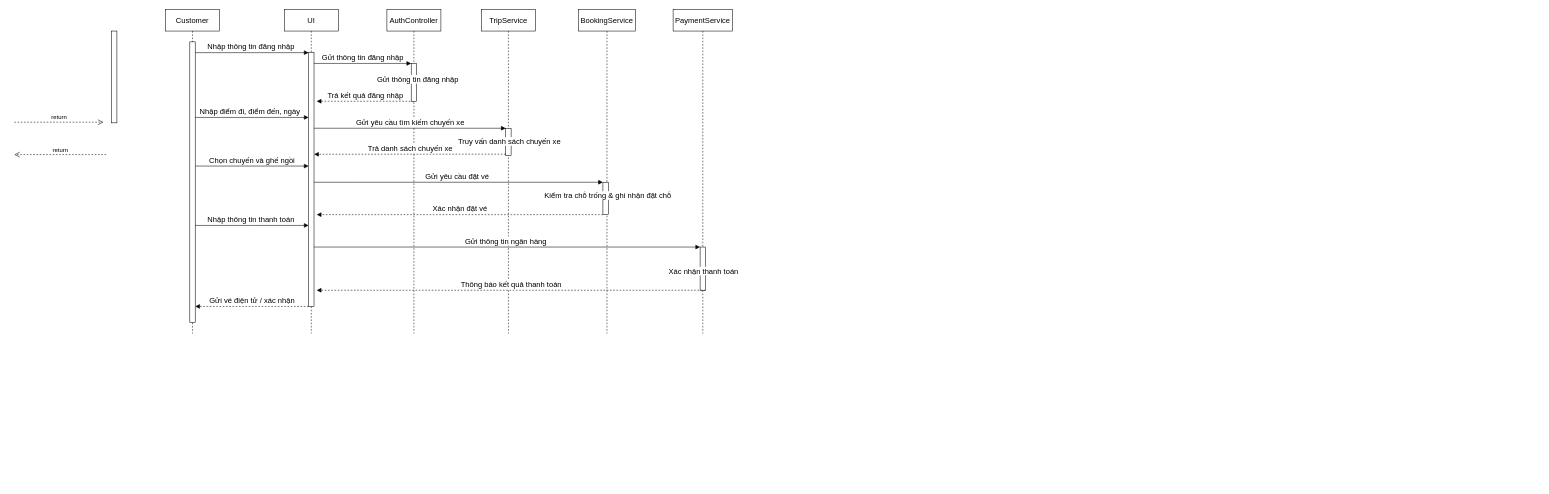
Above: sequence 2.drawio in anhquan1111/PBL3 (draw.io), before the change. Source tidied: cells renumbered, new cells numbered last; positions are measured from the earlier drawing's top-left corner, leaving out a move shared by most shapes. Both pictures are drawn from the tidied source at 54%, with x=0, y=0 at pixel (14, 9).
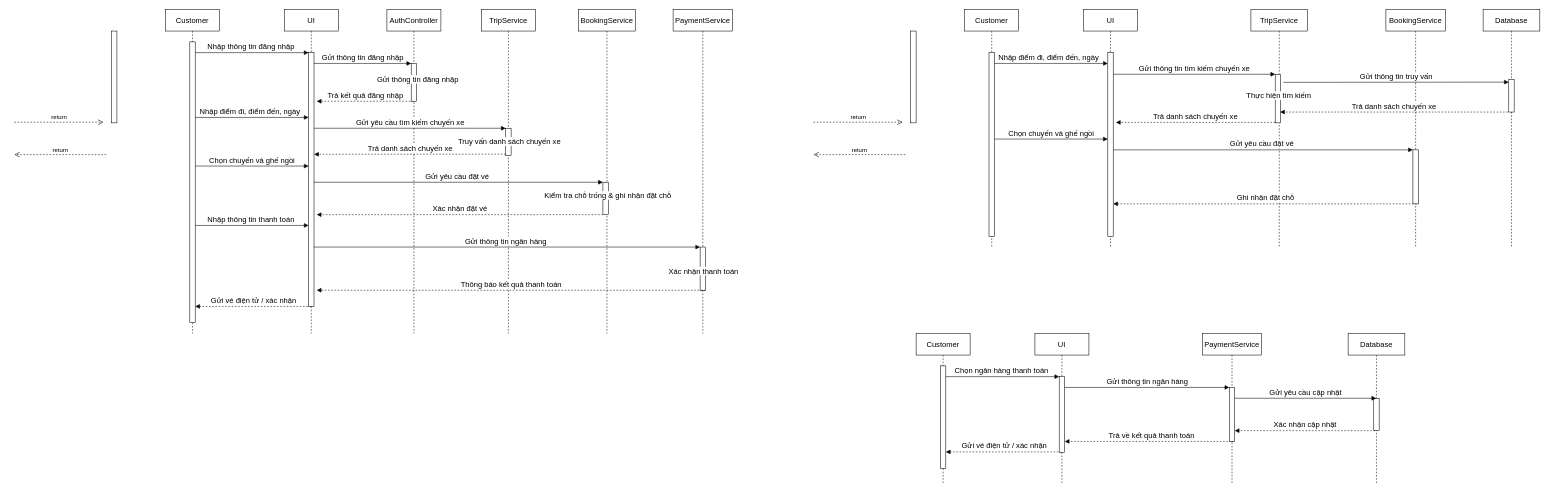
The same diagram, later.

Commit message:
Cập nhật sequence 2.drawio

The change refers to these unchanged cells:
```xml
<mxCell id="28" style="html=1;points=[];perimeter=orthogonalPerimeter;outlineConnect=0;targetShapes=umlLifeline;portConstraint=eastwest;newEdgeStyle={&quot;edgeStyle&quot;:&quot;elbowEdgeStyle&quot;,&quot;elbow&quot;:&quot;vertical&quot;,&quot;curved&quot;:0,&quot;rounded&quot;:0};" parent="27" vertex="1">
  <mxGeometry x="45" y="60" width="10" height="520" as="geometry" />
</mxCell>
<mxCell id="31" value="UI" style="shape=umlLifeline;perimeter=lifelinePerimeter;whiteSpace=wrap;html=1;outlineConnect=0;portConstraint=eastwest;newEdgeStyle={&quot;edgeStyle&quot;:&quot;elbowEdgeStyle&quot;,&quot;elbow&quot;:&quot;vertical&quot;,&quot;curved&quot;:0,&quot;rounded&quot;:0};fontSize=14;" parent="1" vertex="1">
  <mxGeometry x="500" width="100" height="600" as="geometry" />
</mxCell>
<mxCell id="32" style="html=1;points=[];perimeter=orthogonalPerimeter;outlineConnect=0;targetShapes=umlLifeline;portConstraint=eastwest;newEdgeStyle={&quot;edgeStyle&quot;:&quot;elbowEdgeStyle&quot;,&quot;elbow&quot;:&quot;vertical&quot;,&quot;curved&quot;:0,&quot;rounded&quot;:0};" parent="31" vertex="1">
  <mxGeometry x="45" y="80" width="10" height="470" as="geometry" />
</mxCell>
```

Change to the diagram source:
```diff
@@
-    <mxCell id="26" value="Gửi vé điện tử / xác nhận" style="html=1;verticalAlign=bottom;endArrow=block;edgeStyle=elbowEdgeStyle;elbow=horizontal;curved=0;rounded=0;fontSize=14;dashed=1;" parent="1" edge="1" source="32" target="28">
+    <mxCell id="26" value="Gửi vé điện tử / xác nhận" style="html=1;verticalAlign=bottom;endArrow=block;edgeStyle=elbowEdgeStyle;elbow=horizontal;curved=0;rounded=0;fontSize=14;dashed=1;" parent="1" edge="1" source="31" target="28">
       <mxGeometry relative="1" as="geometry">
         <Array as="points">
           <mxPoint x="450" y="550" />
         </Array>
       </mxGeometry>
     </mxCell>
@@
+    <mxCell id="34" value="return" style="html=1;verticalAlign=bottom;endArrow=open;dashed=1;endSize=8;edgeStyle=elbowEdgeStyle;elbow=vertical;curved=0;rounded=0;" parent="1" edge="1">
+      <mxGeometry relative="1" as="geometry">
+        <mxPoint x="1650" y="268.8" as="sourcePoint" />
+        <mxPoint x="1480" y="268.8" as="targetPoint" />
+        <Array as="points">
+          <mxPoint x="1575" y="268.8" />
+        </Array>
+      </mxGeometry>
+    </mxCell>
+    <mxCell id="35" value="return" style="html=1;verticalAlign=bottom;endArrow=open;dashed=1;endSize=8;edgeStyle=elbowEdgeStyle;elbow=vertical;curved=0;rounded=0;" parent="1" edge="1">
+      <mxGeometry relative="1" as="geometry">
+        <mxPoint x="1480" y="208.8" as="sourcePoint" />
+        <mxPoint x="1645" y="208.8" as="targetPoint" />
+        <Array as="points">
+          <mxPoint x="1560" y="208.8" />
+        </Array>
+      </mxGeometry>
+    </mxCell>
+    <mxCell id="36" style="html=1;perimeter=orthogonalPerimeter;targetShapes=umlLifeline;newEdgeStyle={&quot;edgeStyle&quot;:&quot;elbowEdgeStyle&quot;,&quot;elbow&quot;:&quot;vertical&quot;,&quot;curved&quot;:0,&quot;rounded&quot;:0};" parent="1" vertex="1">
+      <mxGeometry x="1660" y="40" width="10" height="170" as="geometry" />
+    </mxCell>
+    <mxCell id="37" value="Nhập điểm đi, điểm đến, ngày&amp;nbsp;" style="html=1;verticalAlign=bottom;endArrow=block;edgeStyle=elbowEdgeStyle;elbow=vertical;curved=0;rounded=0;fontSize=14;" parent="1" edge="1">
+      <mxGeometry relative="1" as="geometry">
+        <mxPoint x="1809.2" y="100" as="sourcePoint" />
+        <mxPoint x="2025" y="100" as="targetPoint" />
+        <Array as="points">
+          <mxPoint x="1925" y="100" />
+        </Array>
+      </mxGeometry>
+    </mxCell>
+    <mxCell id="38" value="TripService" style="shape=umlLifeline;perimeter=lifelinePerimeter;whiteSpace=wrap;html=1;newEdgeStyle={&quot;edgeStyle&quot;:&quot;elbowEdgeStyle&quot;,&quot;elbow&quot;:&quot;vertical&quot;,&quot;curved&quot;:0,&quot;rounded&quot;:0};fontSize=14;" parent="1" vertex="1">
+      <mxGeometry x="2290" width="105" height="440" as="geometry" />
+    </mxCell>
+    <mxCell id="39" style="html=1;points=[];perimeter=orthogonalPerimeter;outlineConnect=0;targetShapes=umlLifeline;portConstraint=eastwest;newEdgeStyle={&quot;edgeStyle&quot;:&quot;elbowEdgeStyle&quot;,&quot;elbow&quot;:&quot;vertical&quot;,&quot;curved&quot;:0,&quot;rounded&quot;:0};" parent="38" vertex="1">
+      <mxGeometry x="45" y="120" width="10" height="90" as="geometry" />
+    </mxCell>
+    <mxCell id="40" value="&lt;span style=&quot;color: rgb(0, 0, 0); font-family: Helvetica; font-style: normal; font-variant-ligatures: normal; font-variant-caps: normal; font-weight: 400; letter-spacing: normal; orphans: 2; text-align: center; text-indent: 0px; text-transform: none; widows: 2; word-spacing: 0px; -webkit-text-stroke-width: 0px; white-space: nowrap; background-color: rgb(255, 255, 255); text-decoration-thickness: initial; text-decoration-style: initial; text-decoration-color: initial; float: none; display: inline !important;&quot;&gt;Thực hiện tìm kiếm&lt;/span&gt;" style="text;whiteSpace=wrap;html=1;fontSize=14;" parent="38" vertex="1">
+      <mxGeometry x="-10" y="145" width="150" height="40" as="geometry" />
+    </mxCell>
+    <mxCell id="41" value="Chọn chuyến và ghế ngồi" style="html=1;verticalAlign=bottom;endArrow=block;edgeStyle=elbowEdgeStyle;elbow=vertical;curved=0;rounded=0;fontSize=14;" parent="1" edge="1">
+      <mxGeometry relative="1" as="geometry">
+        <mxPoint x="1815" y="240" as="sourcePoint" />
+        <mxPoint x="2025" y="240" as="targetPoint" />
+        <Array as="points">
+          <mxPoint x="1915" y="240" />
+        </Array>
+      </mxGeometry>
+    </mxCell>
+    <mxCell id="42" value="Gửi yêu cầu đặt vé" style="html=1;verticalAlign=bottom;endArrow=block;edgeStyle=elbowEdgeStyle;elbow=vertical;curved=0;rounded=0;fontSize=14;" parent="1" edge="1" target="47">
+      <mxGeometry relative="1" as="geometry">
+        <mxPoint x="2030" y="260" as="sourcePoint" />
+        <Array as="points">
+          <mxPoint x="2115" y="260" />
+        </Array>
+      </mxGeometry>
+    </mxCell>
+    <mxCell id="43" value="Database" style="shape=umlLifeline;perimeter=lifelinePerimeter;whiteSpace=wrap;html=1;newEdgeStyle={&quot;edgeStyle&quot;:&quot;elbowEdgeStyle&quot;,&quot;elbow&quot;:&quot;vertical&quot;,&quot;curved&quot;:0,&quot;rounded&quot;:0};fontSize=14;" parent="1" vertex="1">
+      <mxGeometry x="2720" width="105" height="440" as="geometry" />
+    </mxCell>
+    <mxCell id="44" style="html=1;points=[];perimeter=orthogonalPerimeter;outlineConnect=0;targetShapes=umlLifeline;portConstraint=eastwest;newEdgeStyle={&quot;edgeStyle&quot;:&quot;elbowEdgeStyle&quot;,&quot;elbow&quot;:&quot;vertical&quot;,&quot;curved&quot;:0,&quot;rounded&quot;:0};" parent="43" vertex="1">
+      <mxGeometry x="47.5" y="130" width="10" height="60" as="geometry" />
+    </mxCell>
+    <mxCell id="45" value="Ghi nhận đặt chỗ" style="html=1;verticalAlign=bottom;endArrow=block;edgeStyle=elbowEdgeStyle;elbow=horizontal;curved=0;rounded=0;fontSize=14;dashed=1;" parent="1" edge="1" target="51">
+      <mxGeometry relative="1" as="geometry">
+        <mxPoint x="2597.5" y="360" as="sourcePoint" />
+        <Array as="points">
+          <mxPoint x="2523" y="360" />
+        </Array>
+      </mxGeometry>
+    </mxCell>
+    <mxCell id="46" value="BookingService" style="shape=umlLifeline;perimeter=lifelinePerimeter;whiteSpace=wrap;html=1;newEdgeStyle={&quot;edgeStyle&quot;:&quot;elbowEdgeStyle&quot;,&quot;elbow&quot;:&quot;vertical&quot;,&quot;curved&quot;:0,&quot;rounded&quot;:0};fontSize=14;" parent="1" vertex="1">
+      <mxGeometry x="2540" width="110" height="440" as="geometry" />
+    </mxCell>
+    <mxCell id="47" style="html=1;points=[];perimeter=orthogonalPerimeter;outlineConnect=0;targetShapes=umlLifeline;portConstraint=eastwest;newEdgeStyle={&quot;edgeStyle&quot;:&quot;elbowEdgeStyle&quot;,&quot;elbow&quot;:&quot;vertical&quot;,&quot;curved&quot;:0,&quot;rounded&quot;:0};" parent="46" vertex="1">
+      <mxGeometry x="50" y="260" width="10" height="100" as="geometry" />
+    </mxCell>
+    <mxCell id="48" value="Customer" style="shape=umlLifeline;perimeter=lifelinePerimeter;whiteSpace=wrap;html=1;newEdgeStyle={&quot;edgeStyle&quot;:&quot;elbowEdgeStyle&quot;,&quot;elbow&quot;:&quot;vertical&quot;,&quot;curved&quot;:0,&quot;rounded&quot;:0};fontSize=14;" parent="1" vertex="1">
+      <mxGeometry x="1760" width="100" height="440" as="geometry" />
+    </mxCell>
+    <mxCell id="49" style="html=1;perimeter=orthogonalPerimeter;targetShapes=umlLifeline;newEdgeStyle={&quot;edgeStyle&quot;:&quot;elbowEdgeStyle&quot;,&quot;elbow&quot;:&quot;vertical&quot;,&quot;curved&quot;:0,&quot;rounded&quot;:0};" parent="48" vertex="1">
+      <mxGeometry x="45" y="80" width="10" height="340" as="geometry" />
+    </mxCell>
+    <mxCell id="50" value="UI" style="shape=umlLifeline;perimeter=lifelinePerimeter;whiteSpace=wrap;html=1;newEdgeStyle={&quot;edgeStyle&quot;:&quot;elbowEdgeStyle&quot;,&quot;elbow&quot;:&quot;vertical&quot;,&quot;curved&quot;:0,&quot;rounded&quot;:0};fontSize=14;" parent="1" vertex="1">
+      <mxGeometry x="1980" width="100" height="440" as="geometry" />
+    </mxCell>
+    <mxCell id="51" style="html=1;points=[];perimeter=orthogonalPerimeter;outlineConnect=0;targetShapes=umlLifeline;portConstraint=eastwest;newEdgeStyle={&quot;edgeStyle&quot;:&quot;elbowEdgeStyle&quot;,&quot;elbow&quot;:&quot;vertical&quot;,&quot;curved&quot;:0,&quot;rounded&quot;:0};" parent="50" vertex="1">
+      <mxGeometry x="45" y="80" width="10" height="340" as="geometry" />
+    </mxCell>
+    <mxCell id="52" value="Gửi thông tin tìm kiếm chuyến xe" style="html=1;verticalAlign=bottom;endArrow=block;edgeStyle=elbowEdgeStyle;elbow=vertical;curved=0;rounded=0;fontSize=14;" parent="1" edge="1" source="51" target="39">
+      <mxGeometry relative="1" as="geometry">
+        <Array as="points">
+          <mxPoint x="2060" y="120" />
+        </Array>
+      </mxGeometry>
+    </mxCell>
+    <mxCell id="53" value="Trả danh sách chuyến xe" style="html=1;verticalAlign=bottom;endArrow=block;edgeStyle=elbowEdgeStyle;elbow=horizontal;curved=0;rounded=0;fontSize=14;dashed=1;" parent="1" edge="1">
+      <mxGeometry relative="1" as="geometry">
+        <mxPoint x="2335" y="209.2" as="sourcePoint" />
+        <mxPoint x="2040" y="209.2" as="targetPoint" />
+        <Array as="points">
+          <mxPoint x="2295" y="211.2" />
+        </Array>
+      </mxGeometry>
+    </mxCell>
+    <mxCell id="54" value="Gửi thông tin truy vấn" style="html=1;verticalAlign=bottom;endArrow=block;edgeStyle=elbowEdgeStyle;elbow=vertical;curved=0;rounded=0;fontSize=14;" parent="1" edge="1" target="44">
+      <mxGeometry relative="1" as="geometry">
+        <mxPoint x="2350" y="135" as="sourcePoint" />
+        <Array as="points">
+          <mxPoint x="2365" y="134.6" />
+        </Array>
+      </mxGeometry>
+    </mxCell>
+    <mxCell id="55" value="Trả danh sách chuyến xe" style="html=1;verticalAlign=bottom;endArrow=block;edgeStyle=elbowEdgeStyle;elbow=horizontal;curved=0;rounded=0;fontSize=14;dashed=1;" parent="1" edge="1">
+      <mxGeometry relative="1" as="geometry">
+        <mxPoint x="2765.9" y="190" as="sourcePoint" />
+        <mxPoint x="2344.1" y="190" as="targetPoint" />
+        <Array as="points">
+          <mxPoint x="2599.1" y="192" />
+        </Array>
+      </mxGeometry>
+    </mxCell>
+    <mxCell id="56" value="Chọn ngân hàng thanh toán" style="html=1;verticalAlign=bottom;endArrow=block;edgeStyle=elbowEdgeStyle;elbow=vertical;curved=0;rounded=0;fontSize=14;" parent="1" edge="1" source="61" target="64">
+      <mxGeometry relative="1" as="geometry">
+        <Array as="points">
+          <mxPoint x="1835" y="680" />
+        </Array>
+      </mxGeometry>
+    </mxCell>
+    <mxCell id="57" value="Trả về kết quả thanh toán" style="html=1;verticalAlign=bottom;endArrow=block;edgeStyle=elbowEdgeStyle;elbow=horizontal;curved=0;rounded=0;fontSize=14;dashed=1;entryX=0.552;entryY=0.447;entryDx=0;entryDy=0;entryPerimeter=0;" parent="1" edge="1">
+      <mxGeometry relative="1" as="geometry">
+        <mxPoint x="2254.5" y="800" as="sourcePoint" />
+        <mxPoint x="1945.2" y="800" as="targetPoint" />
+        <Array as="points">
+          <mxPoint x="2260" y="801.8" />
+        </Array>
+      </mxGeometry>
+    </mxCell>
+    <mxCell id="58" value="PaymentService" style="shape=umlLifeline;perimeter=lifelinePerimeter;whiteSpace=wrap;html=1;newEdgeStyle={&quot;edgeStyle&quot;:&quot;elbowEdgeStyle&quot;,&quot;elbow&quot;:&quot;vertical&quot;,&quot;curved&quot;:0,&quot;rounded&quot;:0};fontSize=14;" parent="1" vertex="1">
+      <mxGeometry x="2200" y="600" width="110" height="280" as="geometry" />
+    </mxCell>
+    <mxCell id="59" style="html=1;points=[];perimeter=orthogonalPerimeter;outlineConnect=0;targetShapes=umlLifeline;portConstraint=eastwest;newEdgeStyle={&quot;edgeStyle&quot;:&quot;elbowEdgeStyle&quot;,&quot;elbow&quot;:&quot;vertical&quot;,&quot;curved&quot;:0,&quot;rounded&quot;:0};" parent="58" vertex="1">
+      <mxGeometry x="50" y="100" width="10" height="100" as="geometry" />
+    </mxCell>
+    <mxCell id="60" value="Gửi vé điện tử / xác nhận" style="html=1;verticalAlign=bottom;endArrow=block;edgeStyle=elbowEdgeStyle;elbow=horizontal;curved=0;rounded=0;fontSize=14;dashed=1;" parent="1" edge="1">
+      <mxGeometry relative="1" as="geometry">
+        <mxPoint x="1939.5" y="819.4" as="sourcePoint" />
+        <mxPoint x="1725" y="819.4" as="targetPoint" />
+        <Array as="points">
+          <mxPoint x="1840" y="819.4" />
+        </Array>
+      </mxGeometry>
+    </mxCell>
+    <mxCell id="61" value="Customer" style="shape=umlLifeline;perimeter=lifelinePerimeter;whiteSpace=wrap;html=1;outlineConnect=0;portConstraint=eastwest;newEdgeStyle={&quot;edgeStyle&quot;:&quot;elbowEdgeStyle&quot;,&quot;elbow&quot;:&quot;vertical&quot;,&quot;curved&quot;:0,&quot;rounded&quot;:0};fontSize=14;" parent="1" vertex="1">
+      <mxGeometry x="1670" y="600" width="100" height="280" as="geometry" />
+    </mxCell>
+    <mxCell id="62" style="html=1;perimeter=orthogonalPerimeter;targetShapes=umlLifeline;newEdgeStyle={&quot;edgeStyle&quot;:&quot;elbowEdgeStyle&quot;,&quot;elbow&quot;:&quot;vertical&quot;,&quot;curved&quot;:0,&quot;rounded&quot;:0};" parent="61" vertex="1">
+      <mxGeometry x="45" y="60" width="10" height="190" as="geometry" />
+    </mxCell>
+    <mxCell id="63" value="UI" style="shape=umlLifeline;perimeter=lifelinePerimeter;whiteSpace=wrap;html=1;newEdgeStyle={&quot;edgeStyle&quot;:&quot;elbowEdgeStyle&quot;,&quot;elbow&quot;:&quot;vertical&quot;,&quot;curved&quot;:0,&quot;rounded&quot;:0};fontSize=14;" parent="1" vertex="1">
+      <mxGeometry x="1890" y="600" width="100" height="280" as="geometry" />
+    </mxCell>
+    <mxCell id="64" style="html=1;points=[];perimeter=orthogonalPerimeter;outlineConnect=0;targetShapes=umlLifeline;portConstraint=eastwest;newEdgeStyle={&quot;edgeStyle&quot;:&quot;elbowEdgeStyle&quot;,&quot;elbow&quot;:&quot;vertical&quot;,&quot;curved&quot;:0,&quot;rounded&quot;:0};" parent="63" vertex="1">
+      <mxGeometry x="45" y="80" width="10" height="140" as="geometry" />
+    </mxCell>
+    <mxCell id="65" value="Database" style="shape=umlLifeline;perimeter=lifelinePerimeter;whiteSpace=wrap;html=1;outlineConnect=0;portConstraint=eastwest;newEdgeStyle={&quot;edgeStyle&quot;:&quot;elbowEdgeStyle&quot;,&quot;elbow&quot;:&quot;vertical&quot;,&quot;curved&quot;:0,&quot;rounded&quot;:0};fontSize=14;" parent="1" vertex="1">
+      <mxGeometry x="2470" y="600" width="105" height="280" as="geometry" />
+    </mxCell>
+    <mxCell id="66" style="html=1;perimeter=orthogonalPerimeter;targetShapes=umlLifeline;newEdgeStyle={&quot;edgeStyle&quot;:&quot;elbowEdgeStyle&quot;,&quot;elbow&quot;:&quot;vertical&quot;,&quot;curved&quot;:0,&quot;rounded&quot;:0};" parent="65" vertex="1">
+      <mxGeometry x="47.5" y="120" width="10" height="60" as="geometry" />
+    </mxCell>
+    <mxCell id="67" value="Gửi thông tin ngân hàng" style="html=1;verticalAlign=bottom;endArrow=block;edgeStyle=elbowEdgeStyle;elbow=vertical;curved=0;rounded=0;fontSize=14;" parent="1" edge="1" target="59">
+      <mxGeometry relative="1" as="geometry">
+        <mxPoint x="1945" y="700" as="sourcePoint" />
+        <Array as="points">
+          <mxPoint x="2030" y="700" />
+        </Array>
+      </mxGeometry>
+    </mxCell>
+    <mxCell id="68" value="Gửi yêu cầu cập nhật" style="html=1;verticalAlign=bottom;endArrow=block;edgeStyle=elbowEdgeStyle;elbow=vertical;curved=0;rounded=0;fontSize=14;" parent="1" edge="1" target="65">
+      <mxGeometry relative="1" as="geometry">
+        <mxPoint x="2260" y="720" as="sourcePoint" />
+        <Array as="points">
+          <mxPoint x="2340" y="720" />
+        </Array>
+      </mxGeometry>
+    </mxCell>
+    <mxCell id="69" value="Xác nhận cập nhật" style="html=1;verticalAlign=bottom;endArrow=block;edgeStyle=elbowEdgeStyle;elbow=horizontal;curved=0;rounded=0;fontSize=14;dashed=1;entryX=0.552;entryY=0.447;entryDx=0;entryDy=0;entryPerimeter=0;" parent="1" edge="1">
+      <mxGeometry relative="1" as="geometry">
+        <mxPoint x="2520" y="780" as="sourcePoint" />
+        <mxPoint x="2260" y="780" as="targetPoint" />
+      </mxGeometry>
+    </mxCell>
```
